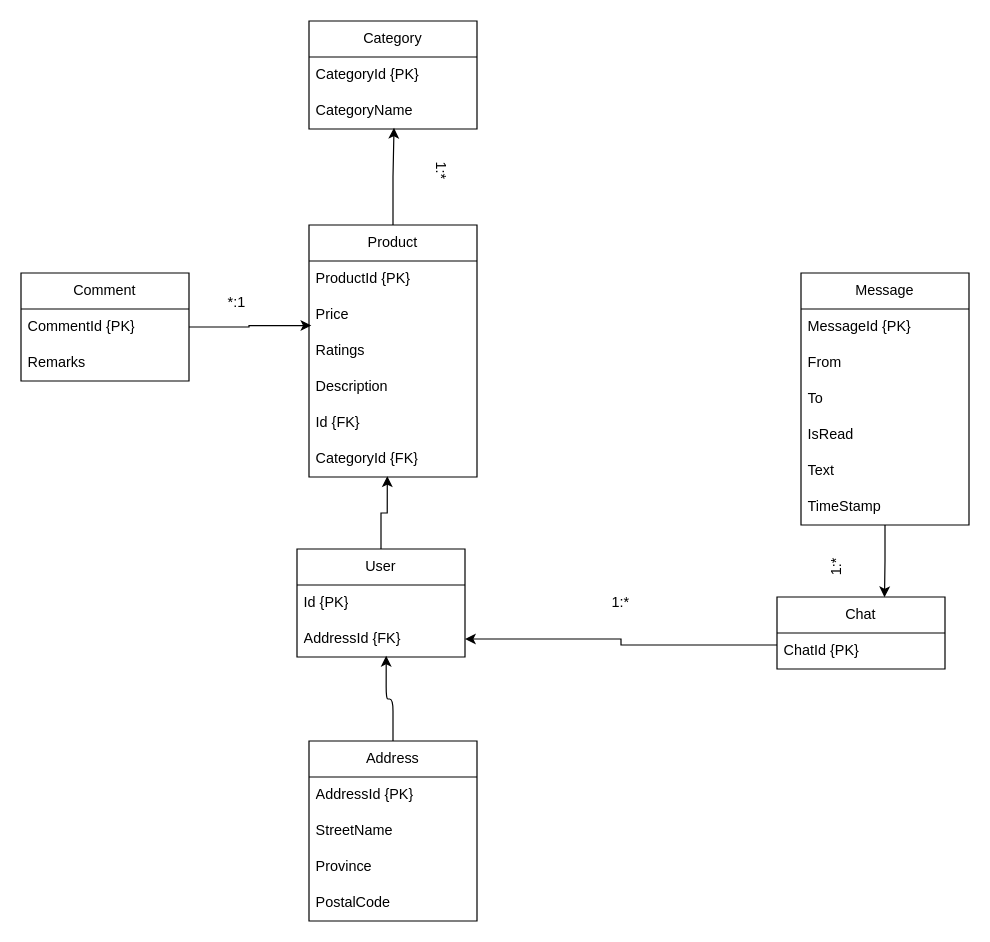
khutyu/MarketPlace keeps this draw.io diagram as MarketPlace.drawio. Above is the earlier version. Source tidied: cells renumbered, new cells numbered last; positions are measured from the earlier drawing's top-left corner, leaving out a move shared by most shapes. Both pictures are drawn from the tidied source at 120%, with x=0, y=0 at pixel (20, 20).
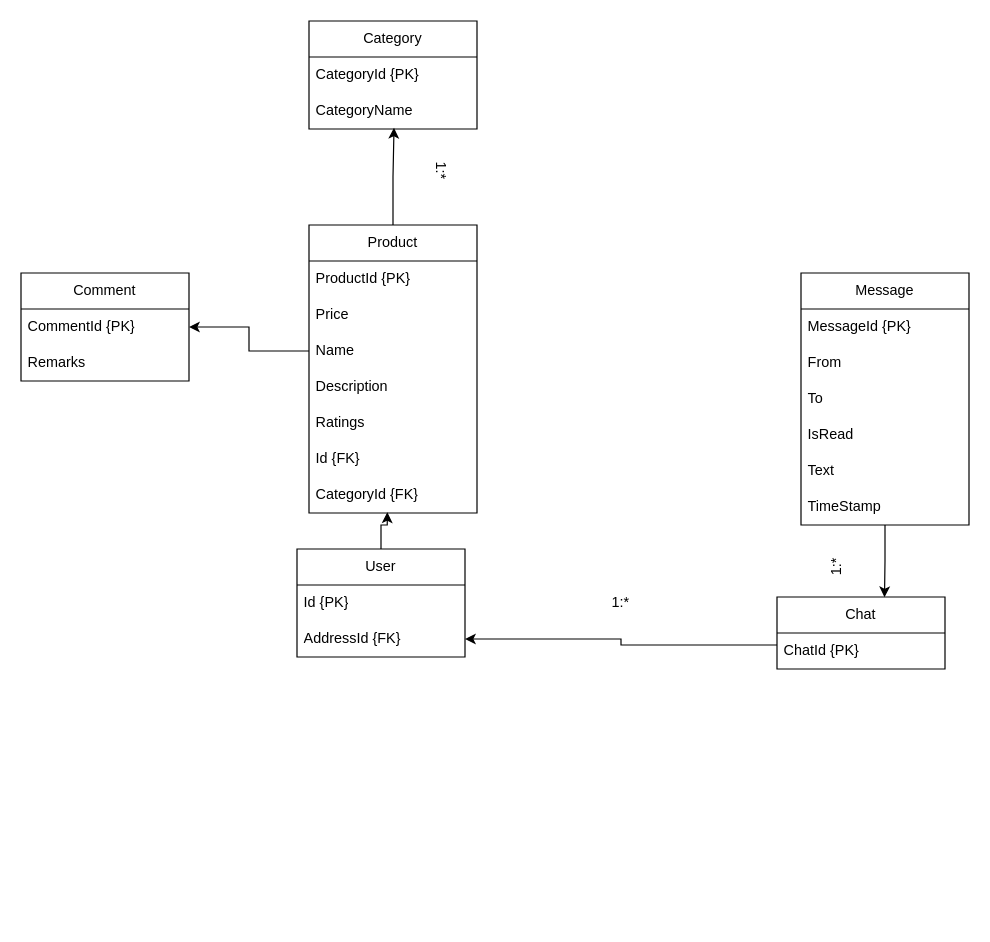
Above is the later version.

The change refers to these unchanged cells:
```xml
<mxCell id="4" value="Price" style="text;strokeColor=none;fillColor=none;align=left;verticalAlign=middle;spacingLeft=4;spacingRight=4;overflow=hidden;points=[[0,0.5],[1,0.5]];portConstraint=eastwest;whiteSpace=wrap;html=1;" parent="2" vertex="1">
  <mxGeometry y="60" width="140" height="30" as="geometry" />
</mxCell>
<mxCell id="10" value="CommentId {PK}" style="text;strokeColor=none;fillColor=none;align=left;verticalAlign=middle;spacingLeft=4;spacingRight=4;overflow=hidden;points=[[0,0.5],[1,0.5]];portConstraint=eastwest;whiteSpace=wrap;html=1;" parent="9" vertex="1">
  <mxGeometry y="30" width="140" height="30" as="geometry" />
</mxCell>
<mxCell id="32" value="AddressId {FK}" style="text;strokeColor=none;fillColor=none;align=left;verticalAlign=middle;spacingLeft=4;spacingRight=4;overflow=hidden;points=[[0,0.5],[1,0.5]];portConstraint=eastwest;whiteSpace=wrap;html=1;" parent="30" vertex="1">
  <mxGeometry y="60" width="140" height="30" as="geometry" />
</mxCell>
```

The edit, as a diff of the source:
```diff
@@
     <mxCell id="2" value="Product" style="swimlane;fontStyle=0;horizontal=1;startSize=30;whiteSpace=wrap;html=1;" parent="1" vertex="1">
-      <mxGeometry x="240" y="170" width="140" height="210" as="geometry" />
+      <mxGeometry x="240" y="170" width="140" height="240" as="geometry" />
     </mxCell>
@@
+    <mxCell id="42" value="Name" style="text;strokeColor=none;fillColor=none;align=left;verticalAlign=middle;spacingLeft=4;spacingRight=4;overflow=hidden;points=[[0,0.5],[1,0.5]];portConstraint=eastwest;whiteSpace=wrap;html=1;" parent="2" vertex="1">
+      <mxGeometry y="90" width="140" height="30" as="geometry" />
+    </mxCell>
+    <mxCell id="6" value="Description" style="text;strokeColor=none;fillColor=none;align=left;verticalAlign=middle;spacingLeft=4;spacingRight=4;overflow=hidden;whiteSpace=wrap;html=1;" parent="2" vertex="1">
+      <mxGeometry y="120" width="140" height="30" as="geometry" />
+    </mxCell>
     <mxCell id="5" value="Ratings" style="text;strokeColor=none;fillColor=none;align=left;verticalAlign=middle;spacingLeft=4;spacingRight=4;overflow=hidden;whiteSpace=wrap;html=1;" parent="2" vertex="1">
-      <mxGeometry y="90" width="140" height="30" as="geometry" />
+      <mxGeometry y="150" width="140" height="30" as="geometry" />
     </mxCell>
-    <mxCell id="6" value="Description" style="text;strokeColor=none;fillColor=none;align=left;verticalAlign=middle;spacingLeft=4;spacingRight=4;overflow=hidden;whiteSpace=wrap;html=1;" parent="2" vertex="1">
-      <mxGeometry y="120" width="140" height="30" as="geometry" />
-    </mxCell>
     <mxCell id="7" value="Id {FK}" style="text;strokeColor=none;fillColor=none;align=left;verticalAlign=middle;spacingLeft=4;spacingRight=4;overflow=hidden;whiteSpace=wrap;html=1;" parent="2" vertex="1">
-      <mxGeometry y="150" width="140" height="30" as="geometry" />
+      <mxGeometry y="180" width="140" height="30" as="geometry" />
     </mxCell>
     <mxCell id="8" value="CategoryId {FK}" style="text;strokeColor=none;fillColor=none;align=left;verticalAlign=middle;spacingLeft=4;spacingRight=4;overflow=hidden;points=[[0,0.5],[1,0.5]];portConstraint=eastwest;whiteSpace=wrap;html=1;" parent="2" vertex="1">
-      <mxGeometry y="180" width="140" height="30" as="geometry" />
+      <mxGeometry y="210" width="140" height="30" as="geometry" />
     </mxCell>
@@
-    <mxCell id="15" value="Address" style="swimlane;fontStyle=0;horizontal=1;startSize=30;whiteSpace=wrap;html=1;" parent="1" vertex="1">
-      <mxGeometry x="240" y="600" width="140" height="150" as="geometry" />
-    </mxCell>
-    <mxCell id="16" value="AddressId {PK}" style="text;strokeColor=none;fillColor=none;align=left;verticalAlign=middle;spacingLeft=4;spacingRight=4;overflow=hidden;whiteSpace=wrap;html=1;" parent="15" vertex="1">
-      <mxGeometry y="30" width="140" height="30" as="geometry" />
-    </mxCell>
-    <mxCell id="17" value="StreetName" style="text;strokeColor=none;fillColor=none;align=left;verticalAlign=middle;spacingLeft=4;spacingRight=4;overflow=hidden;whiteSpace=wrap;html=1;" parent="15" vertex="1">
-      <mxGeometry y="60" width="140" height="30" as="geometry" />
-    </mxCell>
-    <mxCell id="18" value="Province" style="text;strokeColor=none;fillColor=none;align=left;verticalAlign=middle;spacingLeft=4;spacingRight=4;overflow=hidden;whiteSpace=wrap;html=1;" parent="15" vertex="1">
-      <mxGeometry y="90" width="140" height="30" as="geometry" />
-    </mxCell>
-    <mxCell id="19" value="PostalCode" style="text;strokeColor=none;fillColor=none;align=left;verticalAlign=middle;spacingLeft=4;spacingRight=4;overflow=hidden;whiteSpace=wrap;html=1;" parent="15" vertex="1">
-      <mxGeometry y="120" width="140" height="30" as="geometry" />
-    </mxCell>
@@
-    <mxCell id="33" style="edgeStyle=orthogonalEdgeStyle;rounded=1;jettySize=auto;html=1;entryX=0.531;entryY=0.967;entryDx=0;entryDy=0;entryPerimeter=0;" parent="1" edge="1" source="15" target="32">
-      <mxGeometry relative="1" as="geometry" />
-    </mxCell>
-    <mxCell id="34" style="edgeStyle=orthogonalEdgeStyle;rounded=0;jettySize=auto;html=1;entryX=0.014;entryY=0.793;entryDx=0;entryDy=0;entryPerimeter=0;" parent="1" edge="1" source="10" target="4">
-      <mxGeometry relative="1" as="geometry" />
-    </mxCell>
@@
-    <mxCell id="39" value="*:1" style="text;html=1;align=center;verticalAlign=middle;whiteSpace=wrap;rounded=0;" parent="1" vertex="1">
-      <mxGeometry x="150" y="220" width="60" height="30" as="geometry" />
-    </mxCell>
@@
+    <mxCell id="43" style="edgeStyle=orthogonalEdgeStyle;rounded=0;jettySize=auto;html=1;entryX=1;entryY=0.5;entryDx=0;entryDy=0;" parent="1" edge="1" source="42" target="10">
+      <mxGeometry relative="1" as="geometry" />
+    </mxCell>
```
